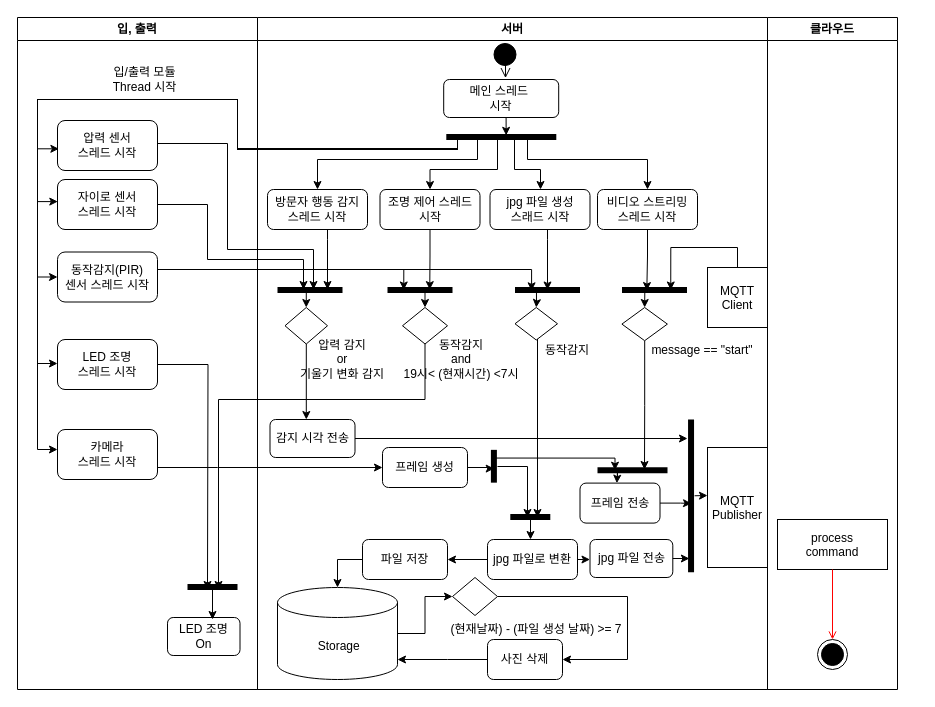
This is IoT/Untitled Diagram.drawio from woorim1022/TIL, a draw.io file, before an edit. Source tidied: cells renumbered, new cells numbered last; positions are measured from the earlier drawing's top-left corner, leaving out a move shared by most shapes. Both pictures are drawn from the tidied source at 100%, with x=0, y=0 at pixel (17, 17).
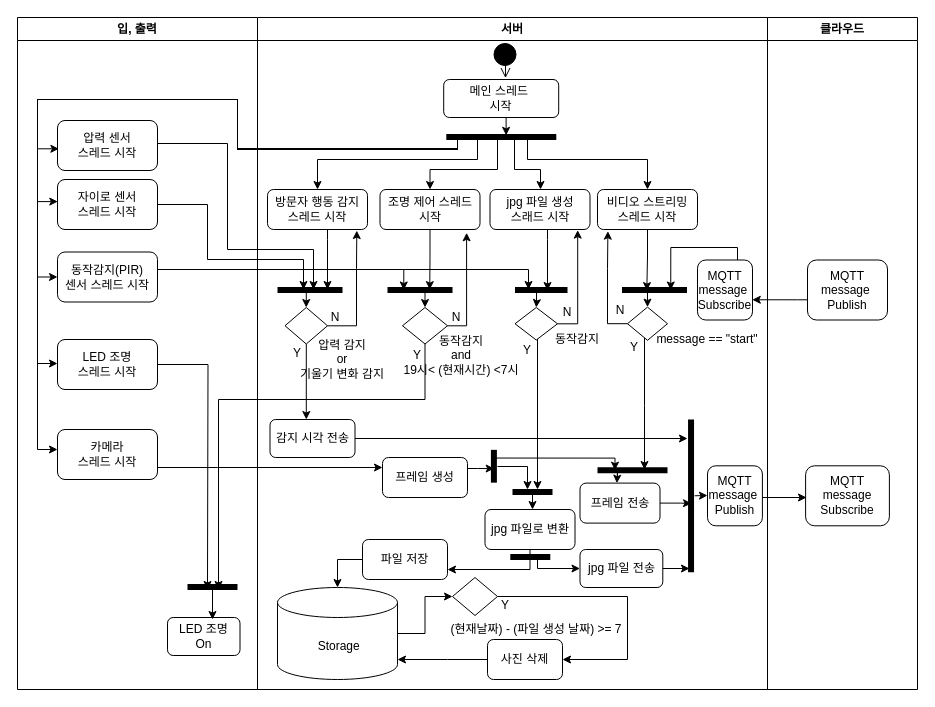
After the change.

The change refers to these unchanged cells:
```xml
<mxCell id="2" value="입, 출력" style="swimlane;whiteSpace=wrap;startSize=23;" parent="1" vertex="1">
  <mxGeometry width="240" height="672" as="geometry" />
</mxCell>
<mxCell id="6" value="동작감지(PIR)&lt;br&gt;센서 스레드 시작" style="rounded=1;whiteSpace=wrap;html=1;startSize=23;" parent="2" vertex="1">
  <mxGeometry x="40" y="234.5" width="100" height="50" as="geometry" />
</mxCell>
<mxCell id="10" value="서버" style="swimlane;whiteSpace=wrap;startSize=23;" parent="1" vertex="1">
  <mxGeometry x="240" width="510" height="672" as="geometry" />
</mxCell>
<mxCell id="24" value="비디오 스트리밍&lt;br style=&quot;padding: 0px ; margin: 0px&quot;&gt;스레드 시작" style="rounded=1;whiteSpace=wrap;html=1;strokeColor=#000000;fillColor=#FFFFFF;" parent="10" vertex="1">
  <mxGeometry x="340" y="172" width="100" height="40" as="geometry" />
</mxCell>
<mxCell id="26" value="방문자 행동 감지&lt;br style=&quot;padding: 0px ; margin: 0px&quot;&gt;스레드 시작" style="rounded=1;whiteSpace=wrap;html=1;strokeColor=#000000;fillColor=#FFFFFF;" parent="10" vertex="1">
  <mxGeometry x="10" y="172" width="100" height="40" as="geometry" />
</mxCell>
<mxCell id="27" value="jpg 파일 생성&lt;br style=&quot;padding: 0px ; margin: 0px&quot;&gt;스래드 시작" style="rounded=1;whiteSpace=wrap;html=1;strokeColor=#000000;fillColor=#FFFFFF;" parent="10" vertex="1">
  <mxGeometry x="232.5" y="172" width="100" height="40" as="geometry" />
</mxCell>
<mxCell id="29" value="조명 제어 스레드&lt;br&gt;시작" style="rounded=1;whiteSpace=wrap;html=1;strokeColor=#000000;fillColor=#FFFFFF;" parent="10" vertex="1">
  <mxGeometry x="122.5" y="172" width="100" height="40" as="geometry" />
</mxCell>
<mxCell id="30" style="rhombus;fillColor=#FFFFFF;strokeColor=#000000;" parent="10" vertex="1">
  <mxGeometry x="257.5" y="290" width="42.5" height="32.5" as="geometry" />
</mxCell>
<mxCell id="36" style="rhombus;fillColor=#FFFFFF;strokeColor=#000000;" parent="10" vertex="1">
  <mxGeometry x="145" y="290" width="45" height="36.5" as="geometry" />
</mxCell>
<mxCell id="38" style="rhombus;fillColor=#FFFFFF;strokeColor=#000000;shadow=0;" parent="10" vertex="1">
  <mxGeometry x="27.5" y="290" width="42.5" height="36.5" as="geometry" />
</mxCell>
<mxCell id="46" value="파일 저장" style="rounded=1;whiteSpace=wrap;html=1;startSize=23;" parent="10" vertex="1">
  <mxGeometry x="105" y="522" width="85" height="40" as="geometry" />
</mxCell>
<mxCell id="51" style="shape=line;strokeWidth=6;strokeColor=#000000;rotation=90;fillColor=#FFFFFF;" parent="10" vertex="1">
  <mxGeometry x="357.2" y="474.8" width="152.7" height="7.1" as="geometry" />
</mxCell>
<mxCell id="62" style="shape=line;strokeWidth=6;strokeColor=#000000;rotation=0;fillColor=#FFFFFF;" parent="10" vertex="1">
  <mxGeometry x="364.5" y="265" width="65" height="15" as="geometry" />
</mxCell>
<mxCell id="89" style="shape=line;strokeWidth=6;strokeColor=#000000;rotation=90;fillColor=#FFFFFF;" parent="1" vertex="1">
  <mxGeometry x="460" y="445.2" width="32.8" height="7.1" as="geometry" />
</mxCell>
```

The edit, as a diff of the source:
```diff
@@
-    <mxCell id="3" value="&lt;font style=&quot;font-size: 12px&quot;&gt;입/출력 모듈 Thread 시작&lt;/font&gt;" style="text;html=1;strokeColor=none;fillColor=none;align=center;verticalAlign=middle;whiteSpace=wrap;rounded=0;rotation=0;" parent="2" vertex="1">
-      <mxGeometry x="90" y="52" width="74.5" height="20" as="geometry" />
-    </mxCell>
@@
-    <mxCell id="20" style="edgeStyle=orthogonalEdgeStyle;rounded=0;jettySize=auto;html=1;startSize=23;strokeColor=#000000;entryX=0.75;entryY=0.5;entryDx=0;entryDy=0;entryPerimeter=0;" parent="10" edge="1" source="21" target="62">
+    <mxCell id="20" style="edgeStyle=orthogonalEdgeStyle;rounded=0;jettySize=auto;html=1;startSize=23;strokeColor=#000000;entryX=0.75;entryY=0.5;entryDx=0;entryDy=0;entryPerimeter=0;" parent="10" edge="1" target="62">
       <mxGeometry relative="1" as="geometry">
+        <mxPoint x="480" y="250" as="sourcePoint" />
         <Array as="points">
           <mxPoint x="480" y="230" />
           <mxPoint x="413" y="230" />
         </Array>
       </mxGeometry>
     </mxCell>
-    <mxCell id="21" value="MQTT&#10;Client" parent="10" vertex="1">
-      <mxGeometry x="450" y="250" width="60" height="60" as="geometry" />
-    </mxCell>
-    <mxCell id="22" value="MQTT&#10;Publisher" style="shadow=0;" parent="10" vertex="1">
-      <mxGeometry x="450" y="430" width="60" height="120" as="geometry" />
-    </mxCell>
@@
-    <mxCell id="31" style="edgeStyle=orthogonalEdgeStyle;rounded=0;jettySize=auto;html=1;startSize=23;strokeColor=#000000;" parent="10" edge="1" source="33" target="46">
-      <mxGeometry relative="1" as="geometry">
-        <Array as="points">
-          <mxPoint x="230" y="530" />
-          <mxPoint x="230" y="530" />
-        </Array>
-      </mxGeometry>
-    </mxCell>
-    <mxCell id="32" style="edgeStyle=orthogonalEdgeStyle;rounded=0;jettySize=auto;html=1;startSize=23;strokeColor=#000000;" parent="10" edge="1" source="33" target="67">
-      <mxGeometry relative="1" as="geometry">
-        <Array as="points">
-          <mxPoint x="340" y="541" />
-          <mxPoint x="340" y="541" />
-        </Array>
-      </mxGeometry>
-    </mxCell>
-    <mxCell id="33" value="jpg 파일로 변환" style="rounded=1;whiteSpace=wrap;html=1;strokeColor=#000000;fillColor=#FFFFFF;" parent="10" vertex="1">
-      <mxGeometry x="230" y="522" width="90" height="40" as="geometry" />
-    </mxCell>
@@
     <mxCell id="35" value="프레임 생성" style="rounded=1;whiteSpace=wrap;html=1;strokeColor=#000000;fillColor=#FFFFFF;" parent="10" vertex="1">
-      <mxGeometry x="125" y="430" width="85" height="40" as="geometry" />
+      <mxGeometry x="125" y="440" width="85" height="40" as="geometry" />
     </mxCell>
@@
     <mxCell id="54" style="rhombus;fillColor=#FFFFFF;strokeColor=#000000;" parent="10" vertex="1">
-      <mxGeometry x="364.4" y="290" width="45.5" height="33.2" as="geometry" />
+      <mxGeometry x="370" y="289.6" width="40" height="33.2" as="geometry" />
     </mxCell>
@@
     <mxCell id="56" value="&lt;span&gt;동작감지&lt;/span&gt;&lt;br style=&quot;padding: 0px ; margin: 0px&quot;&gt;&lt;span&gt;and&lt;/span&gt;&lt;br style=&quot;padding: 0px ; margin: 0px&quot;&gt;&lt;span&gt;19시&amp;lt; (현재시간) &amp;lt;7시&lt;/span&gt;" style="text;html=1;strokeColor=none;fillColor=none;align=center;verticalAlign=middle;whiteSpace=wrap;rounded=0;shadow=0;" parent="10" vertex="1">
-      <mxGeometry x="134.4" y="328" width="140" height="28" as="geometry" />
+      <mxGeometry x="134.4" y="320" width="140" height="36" as="geometry" />
     </mxCell>
     <mxCell id="57" value="&lt;span&gt;message == &quot;start&quot;&lt;/span&gt;" style="text;html=1;strokeColor=none;fillColor=none;align=center;verticalAlign=middle;whiteSpace=wrap;rounded=0;shadow=0;" parent="10" vertex="1">
-      <mxGeometry x="390" y="322.5" width="110" height="20" as="geometry" />
+      <mxGeometry x="394.9" y="312" width="110" height="20" as="geometry" />
     </mxCell>
@@
     <mxCell id="63" value="&lt;span&gt;동작감지&lt;/span&gt;" style="text;html=1;strokeColor=none;fillColor=none;align=center;verticalAlign=middle;whiteSpace=wrap;rounded=0;shadow=0;" parent="10" vertex="1">
-      <mxGeometry x="280" y="322.5" width="60" height="20" as="geometry" />
+      <mxGeometry x="290" y="312" width="60" height="20" as="geometry" />
     </mxCell>
     <mxCell id="64" style="shape=line;strokeWidth=6;strokeColor=#000000;rotation=0;fillColor=#FFFFFF;" parent="10" vertex="1">
-      <mxGeometry x="257.5" y="265" width="65" height="15" as="geometry" />
+      <mxGeometry x="257.5" y="265" width="52.5" height="15" as="geometry" />
     </mxCell>
-    <mxCell id="65" style="edgeStyle=orthogonalEdgeStyle;rounded=0;jettySize=auto;html=1;startSize=23;strokeColor=#000000;entryX=0.5;entryY=0.5;entryDx=0;entryDy=0;entryPerimeter=0;" parent="10" edge="1" source="27" target="64">
+    <mxCell id="65" style="edgeStyle=orthogonalEdgeStyle;rounded=0;jettySize=auto;html=1;startSize=23;strokeColor=#000000;" parent="10" edge="1" source="27">
       <mxGeometry relative="1" as="geometry">
+        <mxPoint x="290" y="273" as="targetPoint" />
         <Array as="points">
           <mxPoint x="290" y="222" />
           <mxPoint x="290" y="222" />
         </Array>
       </mxGeometry>
     </mxCell>
     <mxCell id="66" style="edgeStyle=orthogonalEdgeStyle;rounded=0;jettySize=auto;html=1;entryX=0.5;entryY=0;entryDx=0;entryDy=0;startSize=23;strokeColor=#000000;exitX=0.33;exitY=0.487;exitDx=0;exitDy=0;exitPerimeter=0;" parent="10" edge="1" source="64" target="30">
       <mxGeometry relative="1" as="geometry">
         <Array as="points">
+          <mxPoint x="279" y="272" />
           <mxPoint x="279" y="287" />
         </Array>
       </mxGeometry>
     </mxCell>
     <mxCell id="67" value="jpg 파일 전송" style="rounded=1;whiteSpace=wrap;html=1;shadow=0;strokeColor=#000000;fillColor=#FFFFFF;" parent="10" vertex="1">
-      <mxGeometry x="332.5" y="522" width="82.8" height="38" as="geometry" />
+      <mxGeometry x="322.5" y="532" width="82.8" height="38" as="geometry" />
     </mxCell>
-    <mxCell id="68" style="edgeStyle=orthogonalEdgeStyle;rounded=0;jettySize=auto;html=1;startSize=23;strokeColor=#000000;entryX=0.912;entryY=0.73;entryDx=0;entryDy=0;entryPerimeter=0;exitX=1;exitY=0.5;exitDx=0;exitDy=0;" parent="10" edge="1" source="67" target="51">
-      <mxGeometry relative="1" as="geometry" />
+    <mxCell id="68" style="edgeStyle=orthogonalEdgeStyle;rounded=0;jettySize=auto;html=1;startSize=23;strokeColor=#000000;exitX=1;exitY=0.5;exitDx=0;exitDy=0;" parent="10" edge="1" source="67">
+      <mxGeometry relative="1" as="geometry">
+        <mxPoint x="432" y="551" as="targetPoint" />
+      </mxGeometry>
     </mxCell>
+    <mxCell id="97" value="MQTT&lt;br style=&quot;padding: 0px ; margin: 0px&quot;&gt;message&amp;nbsp;&lt;br&gt;Subscribe" style="rounded=1;whiteSpace=wrap;html=1;shadow=0;strokeColor=#000000;fillColor=#FFFFFF;" parent="10" vertex="1">
+      <mxGeometry x="440" y="242.5" width="55" height="60" as="geometry" />
+    </mxCell>
+    <mxCell id="98" value="MQTT&lt;br style=&quot;padding: 0px ; margin: 0px&quot;&gt;message&amp;nbsp;&lt;br&gt;Publish" style="rounded=1;whiteSpace=wrap;html=1;shadow=0;strokeColor=#000000;fillColor=#FFFFFF;" parent="10" vertex="1">
+      <mxGeometry x="450" y="448.3" width="54.9" height="60" as="geometry" />
+    </mxCell>
+    <mxCell id="99" style="edgeStyle=orthogonalEdgeStyle;rounded=0;jettySize=auto;html=1;startSize=23;strokeColor=#000000;entryX=0.893;entryY=1.027;entryDx=0;entryDy=0;entryPerimeter=0;" parent="10" edge="1" source="38" target="26">
+      <mxGeometry relative="1" as="geometry">
+        <Array as="points">
+          <mxPoint x="99" y="308" />
+          <mxPoint x="99" y="251" />
+        </Array>
+      </mxGeometry>
+    </mxCell>
+    <mxCell id="100" style="edgeStyle=orthogonalEdgeStyle;rounded=0;jettySize=auto;html=1;startSize=23;strokeColor=#000000;entryX=0.866;entryY=1.082;entryDx=0;entryDy=0;entryPerimeter=0;" parent="10" edge="1" source="36" target="29">
+      <mxGeometry relative="1" as="geometry">
+        <Array as="points">
+          <mxPoint x="209" y="308" />
+        </Array>
+      </mxGeometry>
+    </mxCell>
+    <mxCell id="101" style="edgeStyle=orthogonalEdgeStyle;rounded=0;jettySize=auto;html=1;startSize=23;strokeColor=#000000;entryX=0.877;entryY=1.016;entryDx=0;entryDy=0;entryPerimeter=0;" parent="10" edge="1" source="30" target="27">
+      <mxGeometry relative="1" as="geometry">
+        <Array as="points">
+          <mxPoint x="320" y="306" />
+        </Array>
+      </mxGeometry>
+    </mxCell>
+    <mxCell id="102" style="edgeStyle=orthogonalEdgeStyle;rounded=0;jettySize=auto;html=1;startSize=23;strokeColor=#000000;entryX=0.104;entryY=1.042;entryDx=0;entryDy=0;entryPerimeter=0;" parent="10" edge="1" source="54" target="24">
+      <mxGeometry relative="1" as="geometry">
+        <Array as="points">
+          <mxPoint x="350" y="307" />
+          <mxPoint x="350" y="251" />
+          <mxPoint x="350" y="251" />
+        </Array>
+      </mxGeometry>
+    </mxCell>
+    <mxCell id="103" value="Y" style="text;html=1;strokeColor=none;fillColor=none;align=center;verticalAlign=middle;whiteSpace=wrap;rounded=0;shadow=0;" parent="10" vertex="1">
+      <mxGeometry x="20" y="326" width="40" height="20" as="geometry" />
+    </mxCell>
+    <mxCell id="104" value="Y" style="text;html=1;strokeColor=none;fillColor=none;align=center;verticalAlign=middle;whiteSpace=wrap;rounded=0;shadow=0;" parent="10" vertex="1">
+      <mxGeometry x="140" y="328" width="40" height="20" as="geometry" />
+    </mxCell>
+    <mxCell id="105" value="Y" style="text;html=1;strokeColor=none;fillColor=none;align=center;verticalAlign=middle;whiteSpace=wrap;rounded=0;shadow=0;" parent="10" vertex="1">
+      <mxGeometry x="250" y="322.9" width="40" height="20" as="geometry" />
+    </mxCell>
+    <mxCell id="106" value="Y" style="text;html=1;strokeColor=none;fillColor=none;align=center;verticalAlign=middle;whiteSpace=wrap;rounded=0;shadow=0;" parent="10" vertex="1">
+      <mxGeometry x="357.2" y="320" width="40" height="20" as="geometry" />
+    </mxCell>
+    <mxCell id="107" value="Y" style="text;html=1;strokeColor=none;fillColor=none;align=center;verticalAlign=middle;whiteSpace=wrap;rounded=0;shadow=0;" parent="10" vertex="1">
+      <mxGeometry x="227.5" y="578" width="40" height="20" as="geometry" />
+    </mxCell>
+    <mxCell id="108" value="N" style="text;html=1;strokeColor=none;fillColor=none;align=center;verticalAlign=middle;whiteSpace=wrap;rounded=0;shadow=0;" parent="10" vertex="1">
+      <mxGeometry x="57.5" y="289.6" width="40" height="20" as="geometry" />
+    </mxCell>
+    <mxCell id="109" value="N" style="text;html=1;strokeColor=none;fillColor=none;align=center;verticalAlign=middle;whiteSpace=wrap;rounded=0;shadow=0;" parent="10" vertex="1">
+      <mxGeometry x="178.8" y="289.6" width="40" height="20" as="geometry" />
+    </mxCell>
+    <mxCell id="110" value="N" style="text;html=1;strokeColor=none;fillColor=none;align=center;verticalAlign=middle;whiteSpace=wrap;rounded=0;shadow=0;" parent="10" vertex="1">
+      <mxGeometry x="290" y="285" width="40" height="20" as="geometry" />
+    </mxCell>
+    <mxCell id="111" value="N" style="text;html=1;strokeColor=none;fillColor=none;align=center;verticalAlign=middle;whiteSpace=wrap;rounded=0;shadow=0;" parent="10" vertex="1">
+      <mxGeometry x="342.5" y="282.5" width="40" height="20" as="geometry" />
+    </mxCell>
+    <mxCell id="92" style="shape=line;strokeWidth=6;strokeColor=#000000;rotation=0;fillColor=#FFFFFF;" parent="10" vertex="1">
+      <mxGeometry x="255" y="466.9" width="40" height="15" as="geometry" />
+    </mxCell>
     <mxCell id="69" value="클라우드" style="swimlane;whiteSpace=wrap;" parent="1" vertex="1">
-      <mxGeometry x="750" width="130" height="672" as="geometry" />
+      <mxGeometry x="750" width="150" height="672" as="geometry" />
     </mxCell>
-    <mxCell id="70" value="process&#10;command" parent="69" vertex="1">
-      <mxGeometry x="10" y="502" width="110" height="50" as="geometry" />
-    </mxCell>
-    <mxCell id="71" style="ellipse;shape=endState;fillColor=#000000;strokeColor=#000000;" parent="69" vertex="1">
-      <mxGeometry x="50" y="622" width="30" height="30" as="geometry" />
-    </mxCell>
-    <mxCell id="72" style="endArrow=open;strokeColor=#FF0000;endFill=1;rounded=0;" parent="69" edge="1" source="70" target="71">
-      <mxGeometry relative="1" as="geometry" />
-    </mxCell>
+    <mxCell id="112" value="MQTT&lt;br style=&quot;padding: 0px ; margin: 0px&quot;&gt;message&amp;nbsp;&lt;br&gt;Publish" style="rounded=1;whiteSpace=wrap;html=1;shadow=0;strokeColor=#000000;fillColor=#FFFFFF;" parent="69" vertex="1">
+      <mxGeometry x="40" y="242.5" width="80" height="60" as="geometry" />
+    </mxCell>
+    <mxCell id="113" value="MQTT&lt;br style=&quot;padding: 0px ; margin: 0px&quot;&gt;message Subscribe" style="rounded=1;whiteSpace=wrap;html=1;shadow=0;strokeColor=#000000;fillColor=#FFFFFF;" parent="69" vertex="1">
+      <mxGeometry x="38.1" y="448.3" width="83.8" height="60" as="geometry" />
+    </mxCell>
@@
-    <mxCell id="79" style="edgeStyle=orthogonalEdgeStyle;rounded=0;jettySize=auto;html=1;entryX=0.255;entryY=0.555;entryDx=0;entryDy=0;startSize=23;strokeColor=#000000;entryPerimeter=0;exitX=1;exitY=0.5;exitDx=0;exitDy=0;" parent="1" edge="1" source="6" target="64">
+    <mxCell id="79" style="edgeStyle=orthogonalEdgeStyle;rounded=0;jettySize=auto;html=1;startSize=23;strokeColor=#000000;exitX=1;exitY=0.5;exitDx=0;exitDy=0;" parent="1" edge="1" source="6">
       <mxGeometry relative="1" as="geometry">
+        <mxPoint x="511" y="272" as="targetPoint" />
         <Array as="points">
           <mxPoint x="140" y="252" />
-          <mxPoint x="514" y="252" />
+          <mxPoint x="511" y="252" />
         </Array>
       </mxGeometry>
     </mxCell>
@@
     <mxCell id="88" style="edgeStyle=orthogonalEdgeStyle;rounded=0;orthogonalLoop=1;jettySize=auto;html=1;startSize=23;strokeColor=#000000;" parent="1" edge="1">
       <mxGeometry relative="1" as="geometry">
         <mxPoint x="480" y="449" as="sourcePoint" />
-        <mxPoint x="510" y="500" as="targetPoint" />
+        <mxPoint x="510" y="472" as="targetPoint" />
         <Array as="points">
           <mxPoint x="510" y="449" />
-          <mxPoint x="510" y="500" />
         </Array>
       </mxGeometry>
     </mxCell>
@@
     <mxCell id="90" style="edgeStyle=orthogonalEdgeStyle;rounded=0;jettySize=auto;html=1;entryX=0.571;entryY=0.46;entryDx=0;entryDy=0;entryPerimeter=0;startSize=23;strokeColor=#000000;" parent="1" edge="1" source="35" target="89">
-      <mxGeometry relative="1" as="geometry" />
+      <mxGeometry relative="1" as="geometry">
+        <Array as="points">
+          <mxPoint x="460" y="451" />
+          <mxPoint x="460" y="451" />
+        </Array>
+      </mxGeometry>
     </mxCell>
-    <mxCell id="91" style="edgeStyle=orthogonalEdgeStyle;rounded=0;jettySize=auto;html=1;startSize=23;strokeColor=#000000;exitX=0.499;exitY=0.527;exitDx=0;exitDy=0;exitPerimeter=0;" parent="1" edge="1" source="92">
-      <mxGeometry relative="1" as="geometry">
-        <mxPoint x="513" y="522" as="targetPoint" />
-        <Array as="points">
-          <mxPoint x="513" y="522" />
-        </Array>
-      </mxGeometry>
-    </mxCell>
-    <mxCell id="92" style="shape=line;strokeWidth=6;strokeColor=#000000;rotation=0;fillColor=#FFFFFF;" parent="1" vertex="1">
-      <mxGeometry x="492.8" y="492" width="40" height="15" as="geometry" />
-    </mxCell>
@@
     <mxCell id="96" style="edgeStyle=orthogonalEdgeStyle;rounded=0;jettySize=auto;html=1;startSize=23;strokeColor=#000000;" parent="1" edge="1" source="30">
       <mxGeometry relative="1" as="geometry">
-        <mxPoint x="520" y="500" as="targetPoint" />
+        <mxPoint x="520" y="472" as="targetPoint" />
         <Array as="points">
-          <mxPoint x="520" y="500" />
+          <mxPoint x="520" y="472" />
+          <mxPoint x="520" y="472" />
         </Array>
       </mxGeometry>
     </mxCell>
+    <mxCell id="114" style="edgeStyle=orthogonalEdgeStyle;rounded=0;jettySize=auto;html=1;startSize=23;strokeColor=#000000;entryX=0.996;entryY=0.663;entryDx=0;entryDy=0;entryPerimeter=0;" parent="1" edge="1" source="112" target="97">
+      <mxGeometry relative="1" as="geometry">
+        <Array as="points">
+          <mxPoint x="780" y="282" />
+        </Array>
+      </mxGeometry>
+    </mxCell>
+    <mxCell id="115" style="edgeStyle=orthogonalEdgeStyle;rounded=0;jettySize=auto;html=1;startSize=23;strokeColor=#000000;" parent="1" edge="1" source="98">
+      <mxGeometry relative="1" as="geometry">
+        <mxPoint x="789" y="480" as="targetPoint" />
+        <Array as="points">
+          <mxPoint x="789" y="480" />
+        </Array>
+      </mxGeometry>
+    </mxCell>
+    <mxCell id="33" value="jpg 파일로 변환" style="rounded=1;whiteSpace=wrap;html=1;strokeColor=#000000;fillColor=#FFFFFF;" parent="1" vertex="1">
+      <mxGeometry x="467.5" y="492" width="90" height="40" as="geometry" />
+    </mxCell>
+    <mxCell id="31" style="edgeStyle=orthogonalEdgeStyle;rounded=0;jettySize=auto;html=1;startSize=23;strokeColor=#000000;" parent="1" edge="1" source="33" target="46">
+      <mxGeometry relative="1" as="geometry">
+        <Array as="points">
+          <mxPoint x="513" y="552" />
+        </Array>
+      </mxGeometry>
+    </mxCell>
+    <mxCell id="32" style="edgeStyle=orthogonalEdgeStyle;rounded=0;jettySize=auto;html=1;startSize=23;strokeColor=#000000;" parent="1" edge="1" target="67">
+      <mxGeometry relative="1" as="geometry">
+        <mxPoint x="520" y="540" as="sourcePoint" />
+        <Array as="points">
+          <mxPoint x="520" y="551" />
+        </Array>
+      </mxGeometry>
+    </mxCell>
+    <mxCell id="116" style="edgeStyle=orthogonalEdgeStyle;rounded=0;jettySize=auto;html=1;startSize=23;strokeColor=#000000;exitX=0.555;exitY=0.392;exitDx=0;exitDy=0;exitPerimeter=0;" parent="1" edge="1" source="92" target="33">
+      <mxGeometry relative="1" as="geometry">
+        <Array as="points">
+          <mxPoint x="515" y="473" />
+        </Array>
+      </mxGeometry>
+    </mxCell>
+    <mxCell id="117" style="shape=line;strokeWidth=6;strokeColor=#000000;rotation=0;fillColor=#FFFFFF;" parent="1" vertex="1">
+      <mxGeometry x="492.8" y="532" width="40" height="15" as="geometry" />
+    </mxCell>
```
